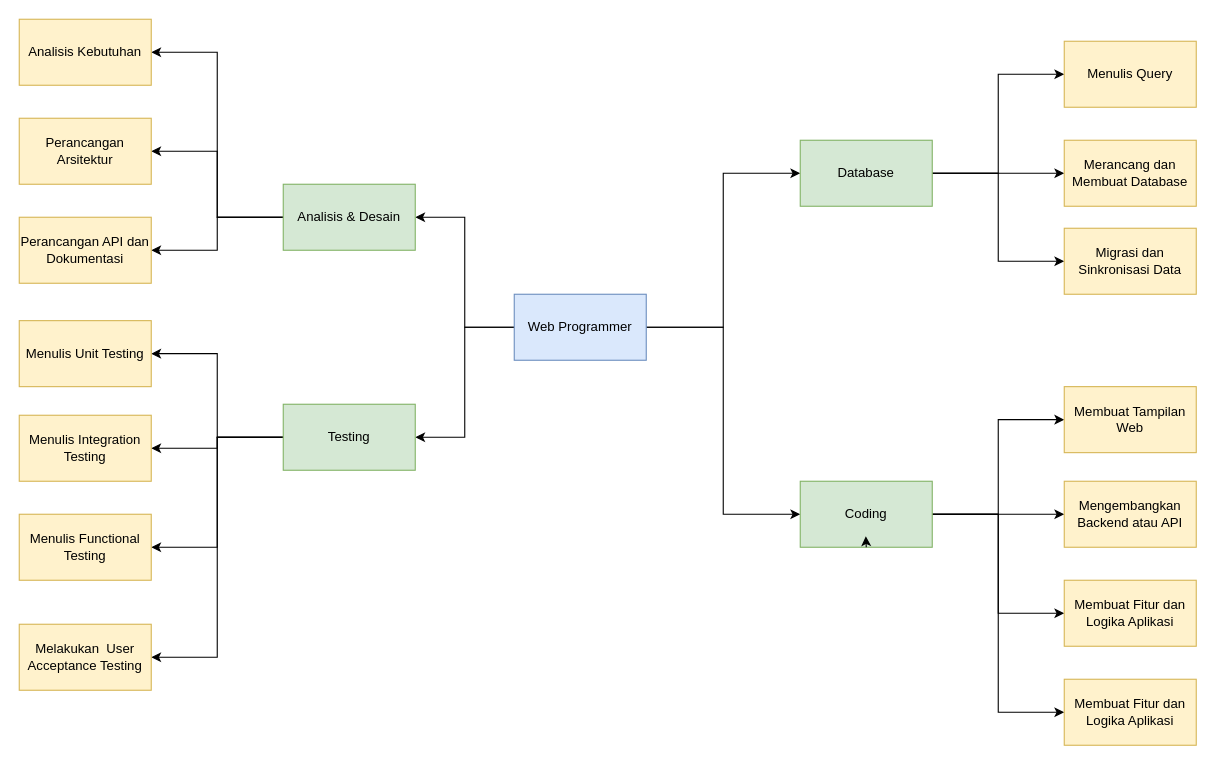
Before: TWI.drawio in juanangelaalma/uml, a draw.io diagram. Source tidied: cells renumbered, new cells numbered last; positions are measured from the earlier drawing's top-left corner, leaving out a move shared by most shapes. Both pictures are drawn from the tidied source at 110%, with x=0, y=0 at pixel (19, 19).
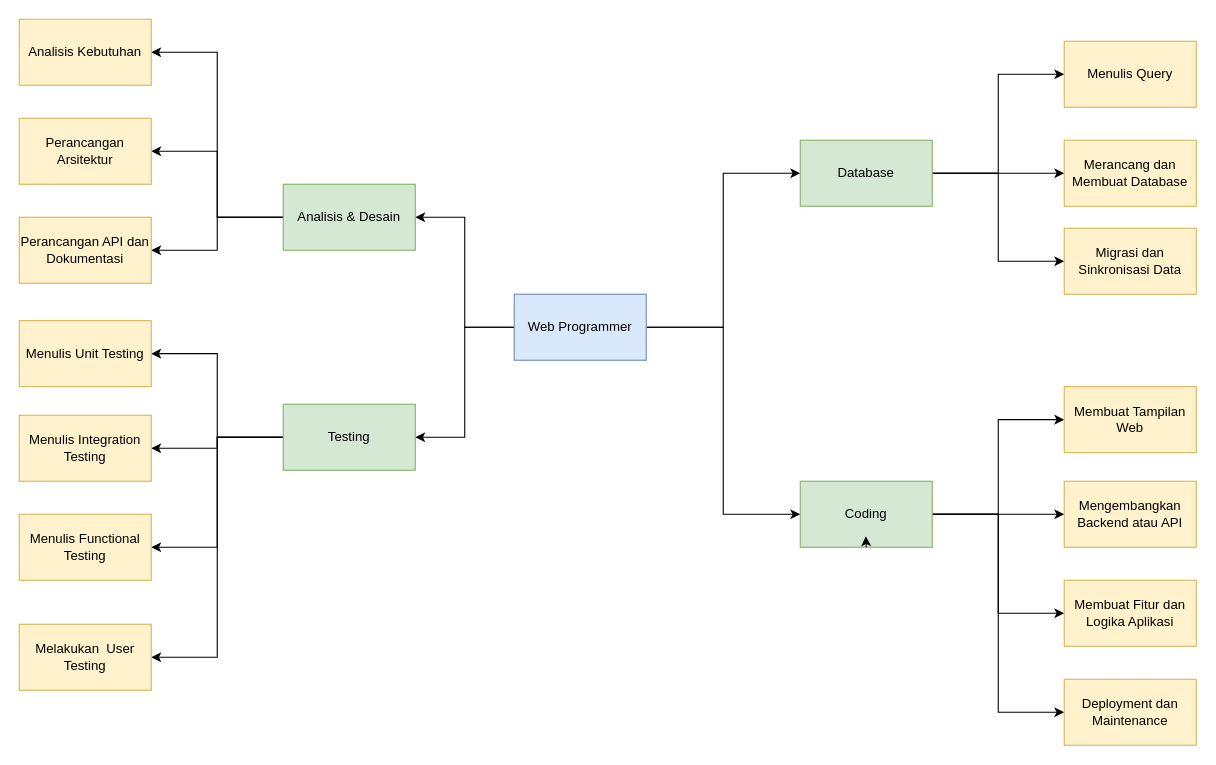
Above is the later version.

Change to the diagram source:
```diff
@@
-    <mxCell id="32" value="Membuat Fitur dan Logika Aplikasi" style="rounded=0;whiteSpace=wrap;html=1;fillColor=#fff2cc;strokeColor=#d6b656;" parent="1" vertex="1">
+    <mxCell id="32" value="Deployment dan Maintenance" style="rounded=0;whiteSpace=wrap;html=1;fillColor=#fff2cc;strokeColor=#d6b656;" parent="1" vertex="1">
       <mxGeometry x="950" y="600" width="120" height="60" as="geometry" />
     </mxCell>
@@
-    <mxCell id="39" value="Melakukan&amp;nbsp;&amp;nbsp;User Acceptance Testing" style="rounded=0;whiteSpace=wrap;html=1;fillColor=#fff2cc;strokeColor=#d6b656;" parent="1" vertex="1">
+    <mxCell id="39" value="Melakukan&amp;nbsp;&amp;nbsp;User Testing" style="rounded=0;whiteSpace=wrap;html=1;fillColor=#fff2cc;strokeColor=#d6b656;" parent="1" vertex="1">
       <mxGeometry y="550" width="120" height="60" as="geometry" />
     </mxCell>
```
